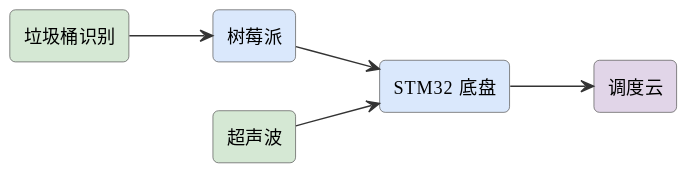
This is assets/diagrams/ideas-fig91.svg from mingyi0818/IntelligentMcuCourse, a PlantUML export, as it was before one commit.
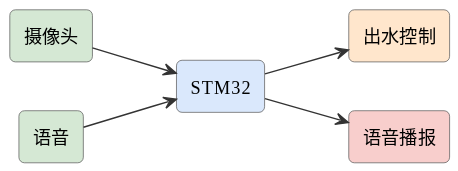
The same file after the commit.

Diff of the diagram source:
```diff
@@ -6,13 +6,13 @@
 skinparam arrowFontSize 11
 skinparam arrowColor #333
 left to right direction
-rectangle "垃圾桶识别" as cam #d5e8d4
-rectangle "树莓派" as pi #dae8fc
-rectangle "STM32 底盘" as stm #dae8fc
-rectangle "超声波" as ult #d5e8d4
-rectangle "调度云" as cloud #e1d5e8
-cam --> pi
-pi --> stm
-ult --> stm
-stm --> cloud
+rectangle "摄像头" as cam #d5e8d4
+rectangle "语音" as mic #d5e8d4
+rectangle "STM32" as stm #dae8fc
+rectangle "出水控制" as valve #ffe6cc
+rectangle "语音播报" as spk #f8cecc
+cam --> stm
+mic --> stm
+stm --> valve
+stm --> spk
 @enduml
```
